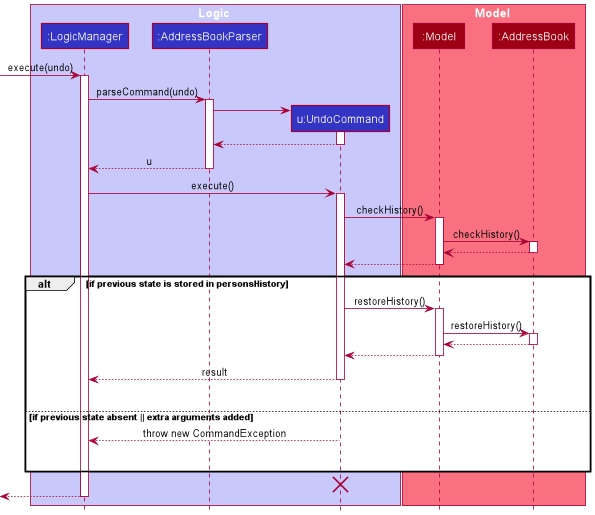
nus-cs2103-AY2122S2/tp keeps this PlantUML diagram as docs/images/UndoSequenceDiagram.png. Above is the earlier version.
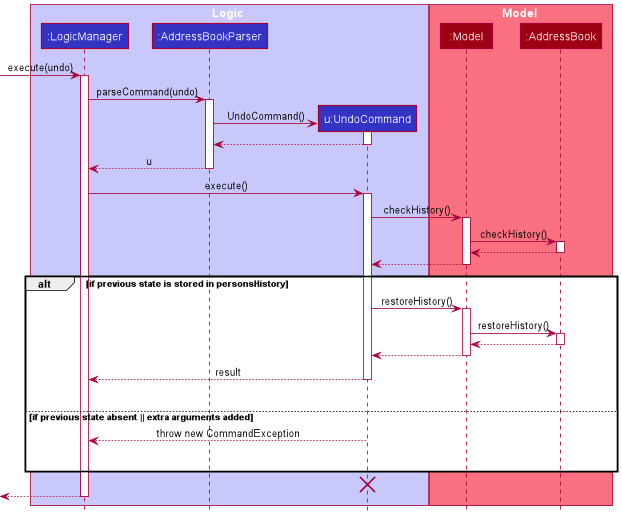
The same file after the commit.

Change to the diagram source:
```diff
@@ -18,7 +18,7 @@
 activate AddressBookParser
 
 create UndoCommand
-AddressBookParser -> UndoCommand
+AddressBookParser -> UndoCommand : UndoCommand()
 activate UndoCommand
 
 UndoCommand --> AddressBookParser
```
